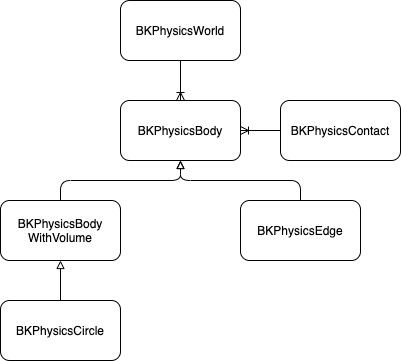
Above: bouncekit-architecture-diagram.png in shawnkoh/STRESS (draw.io), before the change. Source tidied: cells renumbered, new cells last; positions are measured from the earlier drawing's top-left corner, leaving out a move shared by most shapes.
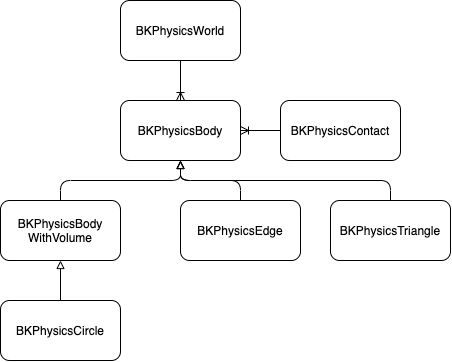
After the commit.

Change to the diagram source:
```diff
@@ -27,7 +27,7 @@
       <mxGeometry relative="1" as="geometry" />
     </mxCell>
     <mxCell id="10" value="BKPhysicsEdge" style="rounded=1;whiteSpace=wrap;html=1;" parent="1" vertex="1">
-      <mxGeometry x="240" y="200" width="120" height="60" as="geometry" />
+      <mxGeometry x="180" y="200" width="120" height="60" as="geometry" />
     </mxCell>
     <mxCell id="11" value="BKPhysicsContact" style="rounded=1;whiteSpace=wrap;html=1;" parent="1" vertex="1">
       <mxGeometry x="280" y="100" width="120" height="60" as="geometry" />
@@ -35,5 +35,16 @@
     <mxCell id="12" style="fontSize=12;html=1;endArrow=ERoneToMany;strokeColor=#000000;entryX=1;entryY=0.5;entryDx=0;entryDy=0;exitX=0;exitY=0.5;exitDx=0;exitDy=0;" parent="1" edge="1" source="11" target="3">
       <mxGeometry relative="1" as="geometry" />
     </mxCell>
+    <mxCell id="13" value="BKPhysicsTriangle" style="rounded=1;whiteSpace=wrap;html=1;" parent="1" vertex="1">
+      <mxGeometry x="330" y="200" width="120" height="60" as="geometry" />
+    </mxCell>
+    <mxCell id="14" style="edgeStyle=orthogonalEdgeStyle;rounded=1;jettySize=auto;html=1;strokeColor=#000000;endArrow=block;endFill=0;" parent="1" edge="1" source="13" target="3">
+      <mxGeometry relative="1" as="geometry">
+        <Array as="points">
+          <mxPoint x="390" y="180" />
+          <mxPoint x="180" y="180" />
+        </Array>
+      </mxGeometry>
+    </mxCell>
   </root>
 </mxGraphModel>
```
